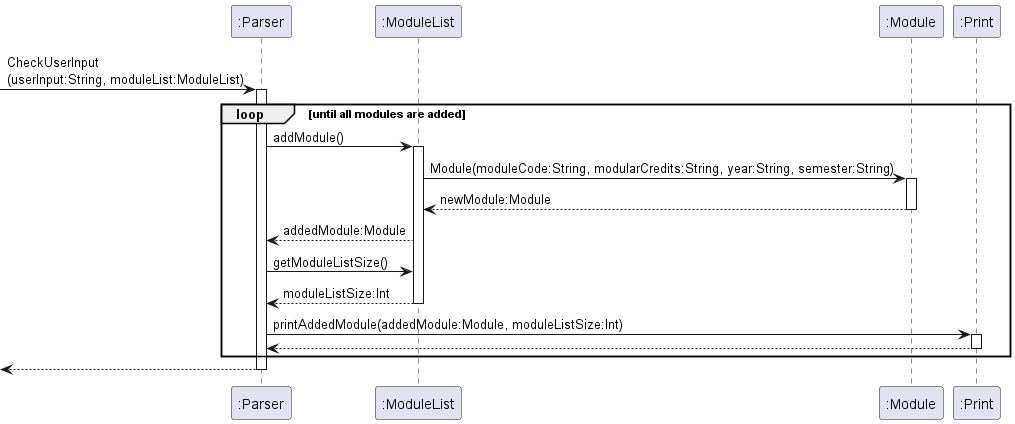
The PlantUML diagram docs/diagrams/AddInputCommand.png in saintzaw/tp, before a commit.
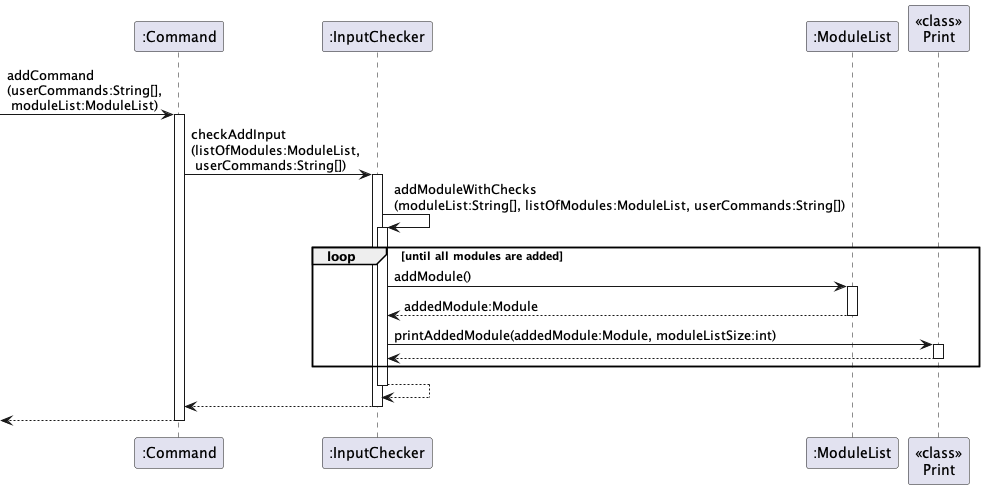
After the commit.

What changed in the source:
```diff
@@ -1,31 +1,37 @@
 @startuml
 
-participant ":Parser" as Parser
+participant ":Command" as Command
+participant ":InputChecker" as IC
 participant ":ModuleList" as ML
-participant ":Module" as Module
-participant ":Print" as Print
-[->Parser : CheckUserInput\n(userInput:String, moduleList:ModuleList)
-activate Parser
+participant "<<class>>\nPrint" as Print
+[->Command : addCommand\n(userCommands:String[],\n moduleList:ModuleList)
+activate Command
 
+Command->IC : checkAddInput\n(listOfModules:ModuleList,\n userCommands:String[])
+activate IC
+
+IC->IC : addModuleWithChecks\n(moduleList:String[], listOfModules:ModuleList, userCommands:String[])
+activate IC
 
 loop until all modules are added
-    Parser->ML: addModule()
+    IC->ML: addModule()
     activate ML
-        ML->Module: Module(moduleCode:String, modularCredits:String, year:String, semester:String)
-        activate Module
-        Module-->ML: newModule:Module
-        deactivate Module
-        ML-->Parser: addedModule:Module
+    ML-->IC : addedModule:Module
+    deactivate ML
 
-    Parser->ML: getModuleListSize()
-    ML-->Parser: moduleListSize:Int
-    deactivate ML
-    Parser->Print: printAddedModule(addedModule:Module, moduleListSize:Int)
+    IC->Print: printAddedModule(addedModule:Module, moduleListSize:int)
     activate Print
-    Print-->Parser:
+    Print-->IC
     deactivate Print
 end
-Parser-->[
-deactivate Parser
+
+IC-->IC
+deactivate IC
+
+IC-->Command
+deactivate IC
+
+Command-->[
+deactivate Command
 
 @enduml
```
